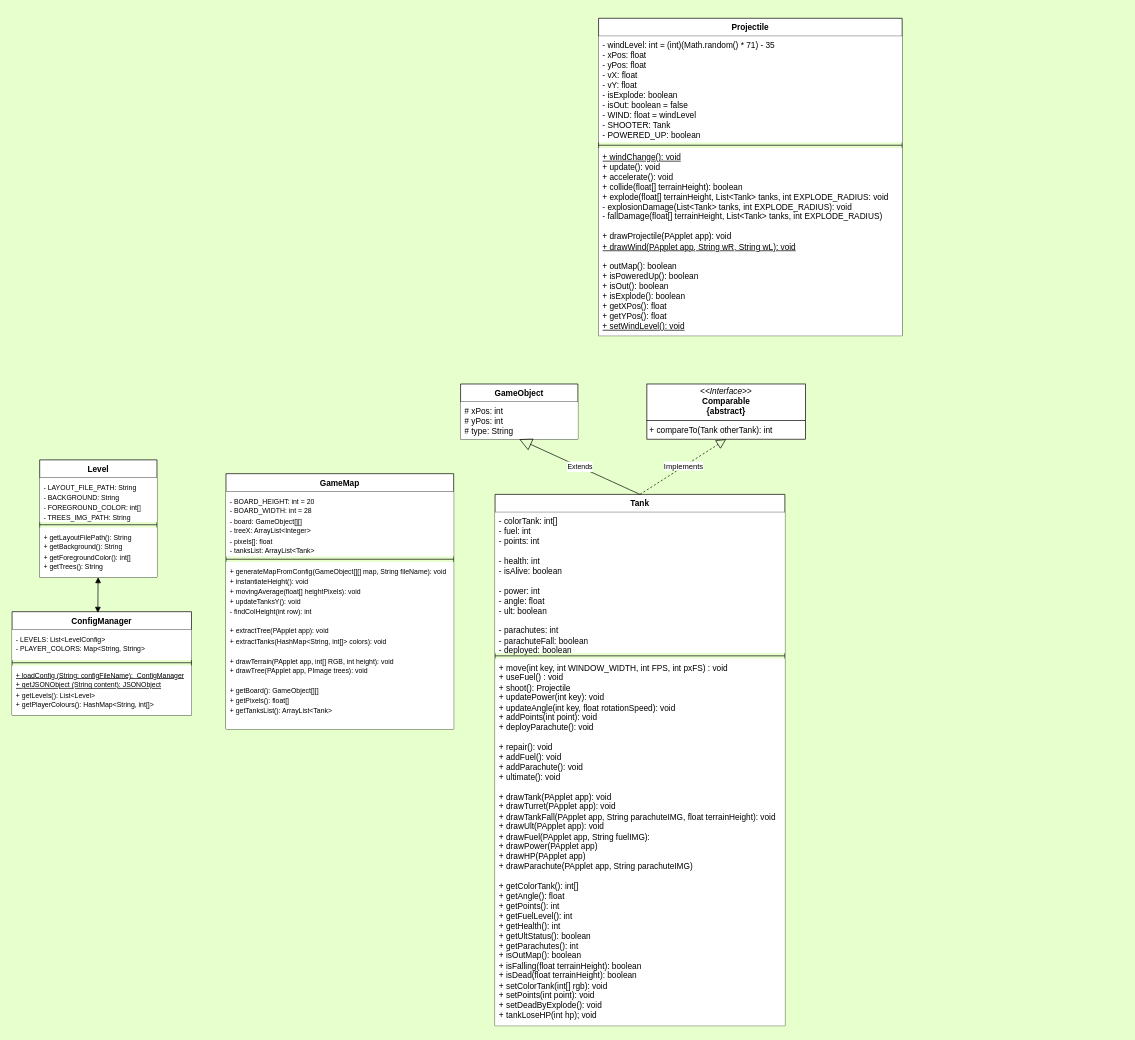
NguyenChHieu/Tanks keeps this draw.io diagram as Tanks Layout.drawio. Above is the earlier version. Source tidied: cells renumbered, new cells numbered last; positions are measured from the earlier drawing's top-left corner, leaving out a move shared by most shapes. Both pictures are drawn from the tidied source at 69%, with x=0, y=0 at pixel (12, 18).
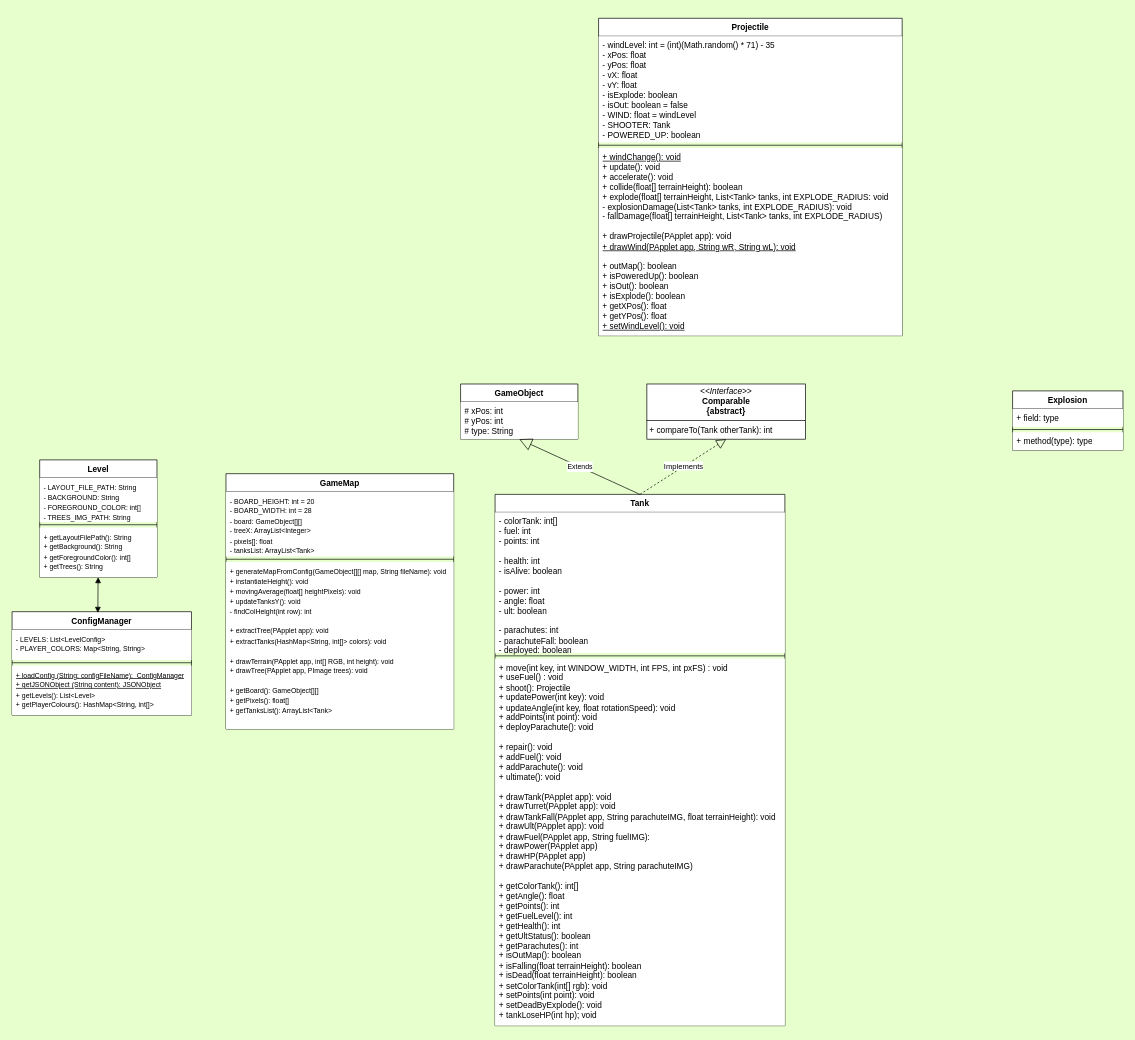
The same diagram, later.

Change to the diagram source:
```diff
@@
+    <mxCell id="30" value="Explosion" style="swimlane;fontStyle=1;align=center;verticalAlign=top;horizontal=1;startSize=26;whiteSpace=wrap;html=1;" parent="1" vertex="1">
+      <mxGeometry x="1450" y="540" width="160" height="86" as="geometry" />
+    </mxCell>
+    <mxCell id="31" value="+ field: type" style="text;strokeColor=none;fillColor=default;align=left;verticalAlign=top;spacingLeft=4;spacingRight=4;overflow=hidden;whiteSpace=wrap;html=1;" parent="30" vertex="1">
+      <mxGeometry y="26" width="160" height="26" as="geometry" />
+    </mxCell>
+    <mxCell id="32" style="line;strokeWidth=1;fillColor=none;align=left;verticalAlign=middle;spacingTop=-1;spacingLeft=3;spacingRight=3;labelPosition=right;strokeColor=inherit;" parent="30" vertex="1">
+      <mxGeometry y="52" width="160" height="8" as="geometry" />
+    </mxCell>
+    <mxCell id="33" value="+ method(type): type" style="text;strokeColor=none;fillColor=default;align=left;verticalAlign=top;spacingLeft=4;spacingRight=4;overflow=hidden;whiteSpace=wrap;html=1;" parent="30" vertex="1">
+      <mxGeometry y="60" width="160" height="26" as="geometry" />
+    </mxCell>
```
